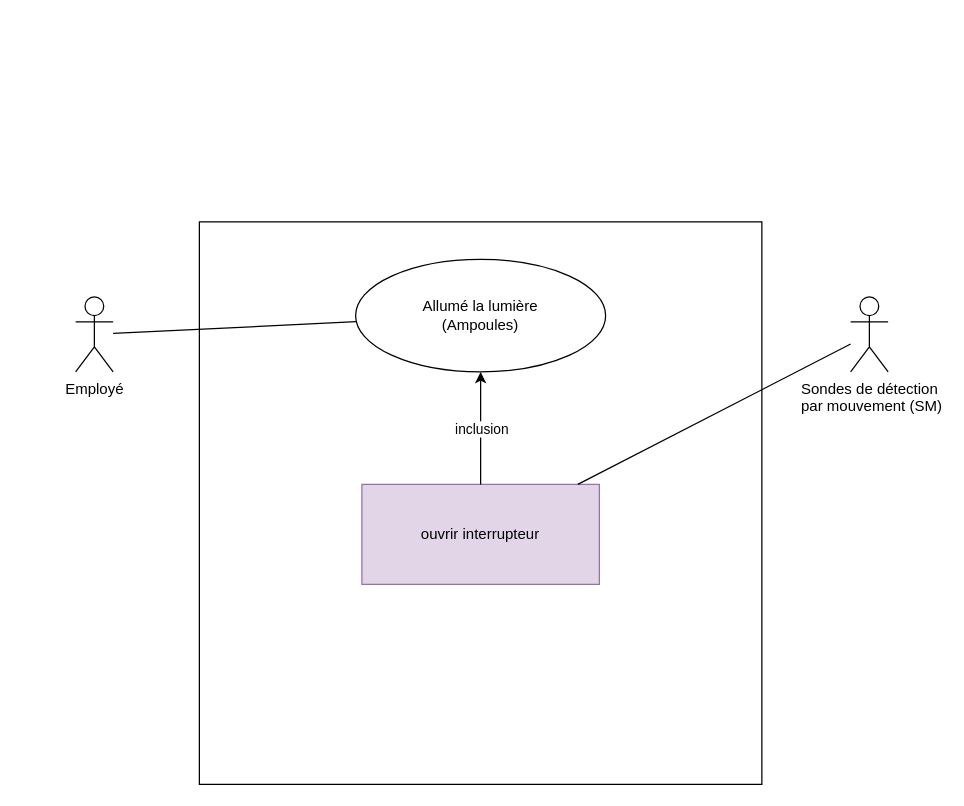
Above: Diagramme sans nom.drawio in enaelmusic/enaelmusic (draw.io), before the change. Source tidied: cells renumbered, new cells numbered last; positions are measured from the earlier drawing's top-left corner, leaving out a move shared by most shapes. Both pictures are drawn from the tidied source at 125%, with x=0, y=0 at pixel (75, 221).
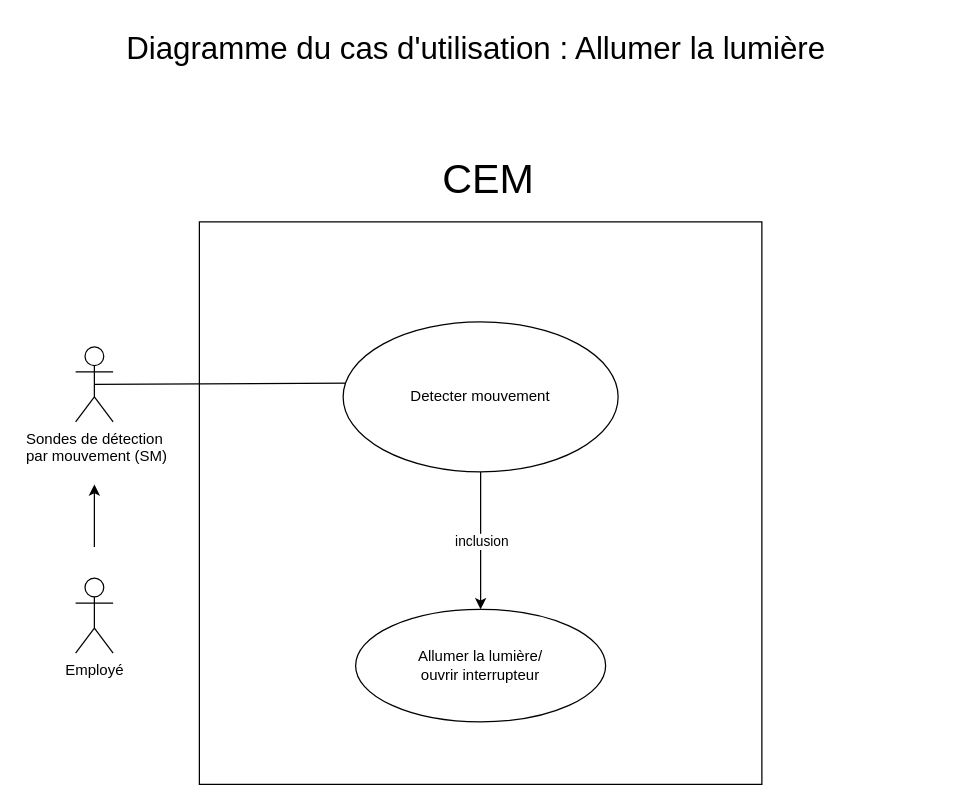
After the change.

Commit message:
Mettre à jour Diagramme sans nom.drawio

Diff of the diagram source:
```diff
@@
 <mxGraphModel>
   <root>
     <mxCell id="0" />
     <mxCell id="1" parent="0" />
     <mxCell id="2" style="whiteSpace=wrap;html=1;" parent="1" vertex="1">
       <mxGeometry x="99" width="450" height="450" as="geometry" />
     </mxCell>
-    <mxCell id="3" value="ouvrir interrupteur" style="rounded=0;whiteSpace=wrap;html=1;fillColor=#e1d5e7;strokeColor=#9673a6;" parent="1" vertex="1">
-      <mxGeometry x="229" y="210" width="190" height="80" as="geometry" />
-    </mxCell>
     <mxCell id="4" value="Sondes de détection&lt;br&gt;&amp;nbsp;par mouvement (SM)" style="shape=umlActor;verticalLabelPosition=bottom;verticalAlign=top;html=1;" parent="1" vertex="1">
-      <mxGeometry x="620" y="60" width="30" height="60" as="geometry" />
+      <mxGeometry y="100" width="30" height="60" as="geometry" />
     </mxCell>
     <mxCell id="5" value="Employé" style="shape=umlActor;verticalLabelPosition=bottom;verticalAlign=top;html=1;" parent="1" vertex="1">
-      <mxGeometry y="60" width="30" height="60" as="geometry" />
+      <mxGeometry y="285" width="30" height="60" as="geometry" />
     </mxCell>
-    <mxCell id="6" value="Allumé la lumière&lt;br&gt;(Ampoules)" style="ellipse;whiteSpace=wrap;html=1;" parent="1" vertex="1">
-      <mxGeometry x="224" y="30" width="200" height="90" as="geometry" />
+    <mxCell id="6" value="Allumer la lumière/&lt;br&gt;ouvrir interrupteur" style="ellipse;whiteSpace=wrap;html=1;" parent="1" vertex="1">
+      <mxGeometry x="224" y="310" width="200" height="90" as="geometry" />
     </mxCell>
-    <mxCell id="7" style="endArrow=classic;html=1;rounded=0;" parent="1" edge="1" source="3" target="6">
+    <mxCell id="7" style="endArrow=classic;html=1;rounded=0;" parent="1" edge="1" source="11" target="6">
       <mxGeometry relative="1" as="geometry" />
     </mxCell>
     <mxCell id="8" value="inclusion" style="edgeLabel;html=1;align=center;verticalAlign=middle;" parent="7" vertex="1">
       <mxGeometry relative="1" as="geometry" />
     </mxCell>
-    <mxCell id="9" style="endArrow=none;html=1;rounded=0;" parent="1" edge="1" source="3" target="4">
-      <mxGeometry relative="1" as="geometry" />
-    </mxCell>
-    <mxCell id="10" style="endArrow=none;html=1;rounded=0;" parent="1" edge="1" source="5" target="6">
+    <mxCell id="10" style="endArrow=none;html=1;rounded=0;entryX=0.029;entryY=0.408;entryDx=0;entryDy=0;entryPerimeter=0;exitX=0.5;exitY=0.5;exitDx=0;exitDy=0;exitPerimeter=0;" parent="1" edge="1" source="4" target="11">
       <mxGeometry relative="1" as="geometry" />
     </mxCell>
+    <mxCell id="11" value="Detecter mouvement" style="ellipse;whiteSpace=wrap;html=1;" parent="1" vertex="1">
+      <mxGeometry x="214" y="80" width="220" height="120" as="geometry" />
+    </mxCell>
+    <mxCell id="12" style="endArrow=classic;html=1;rounded=0;" parent="1" edge="1">
+      <mxGeometry relative="1" as="geometry">
+        <mxPoint x="15" y="260" as="sourcePoint" />
+        <mxPoint x="15" y="210" as="targetPoint" />
+      </mxGeometry>
+    </mxCell>
+    <mxCell id="13" value="&lt;font style=&quot;font-size: 33px;&quot;&gt;CEM&lt;/font&gt;" style="text;html=1;align=center;verticalAlign=middle;strokeColor=none;fillColor=none;" parent="1" vertex="1">
+      <mxGeometry x="280" y="-60" width="100" height="50" as="geometry" />
+    </mxCell>
+    <mxCell id="14" value="&lt;font style=&quot;font-size: 25px;&quot;&gt;Diagramme du cas d'utilisation : Allumer la lumière&lt;/font&gt;" style="text;html=1;align=center;verticalAlign=middle;strokeColor=none;fillColor=none;" parent="1" vertex="1">
+      <mxGeometry x="30" y="-160" width="580" height="40" as="geometry" />
+    </mxCell>
   </root>
 </mxGraphModel>
```
